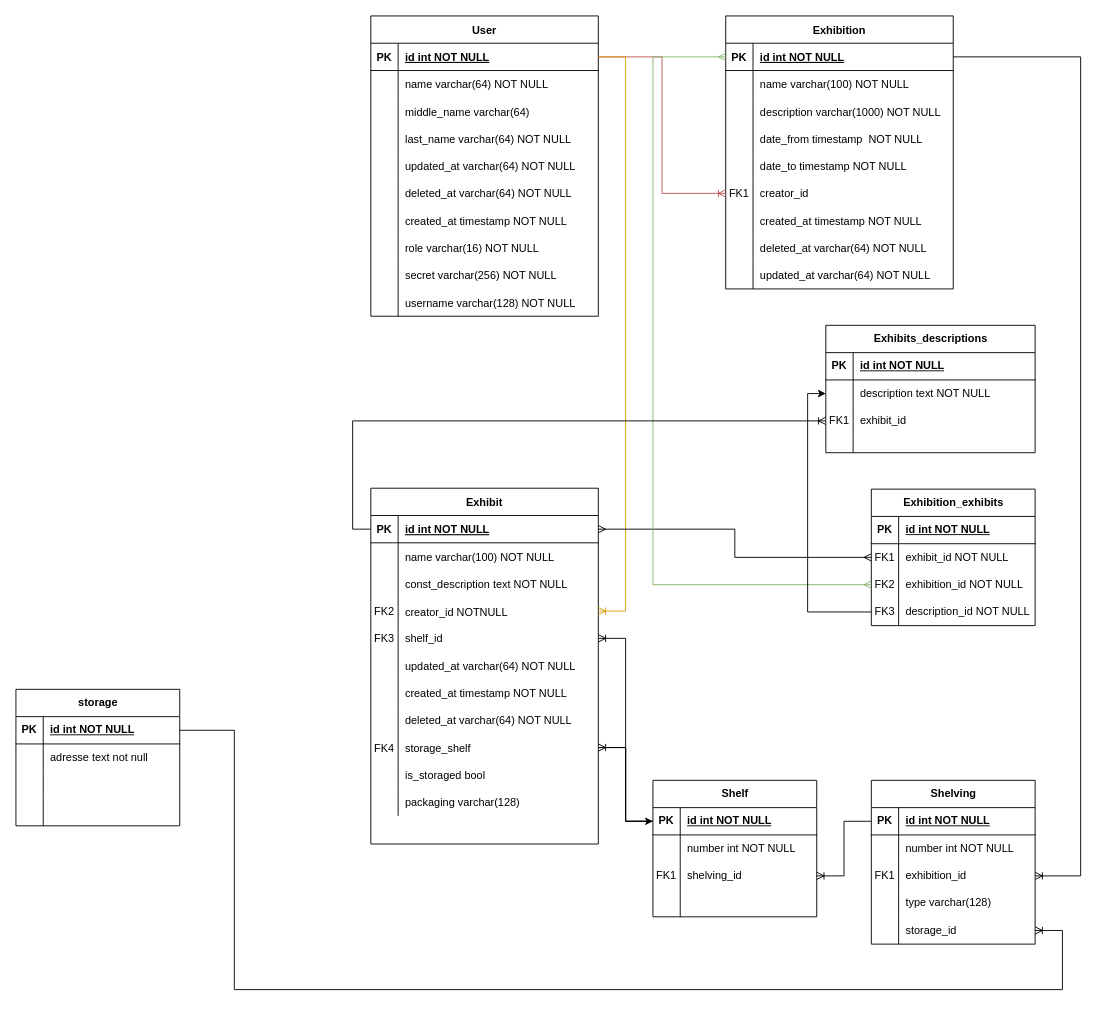
Earlier version of the draw.io diagram Диаграмма без названия.drawio (a-krevetochka/museum). Source tidied: cells renumbered, new cells numbered last; positions are measured from the earlier drawing's top-left corner, leaving out a move shared by most shapes. Both pictures are drawn from the tidied source at 91%, with x=0, y=0 at pixel (15, 15).
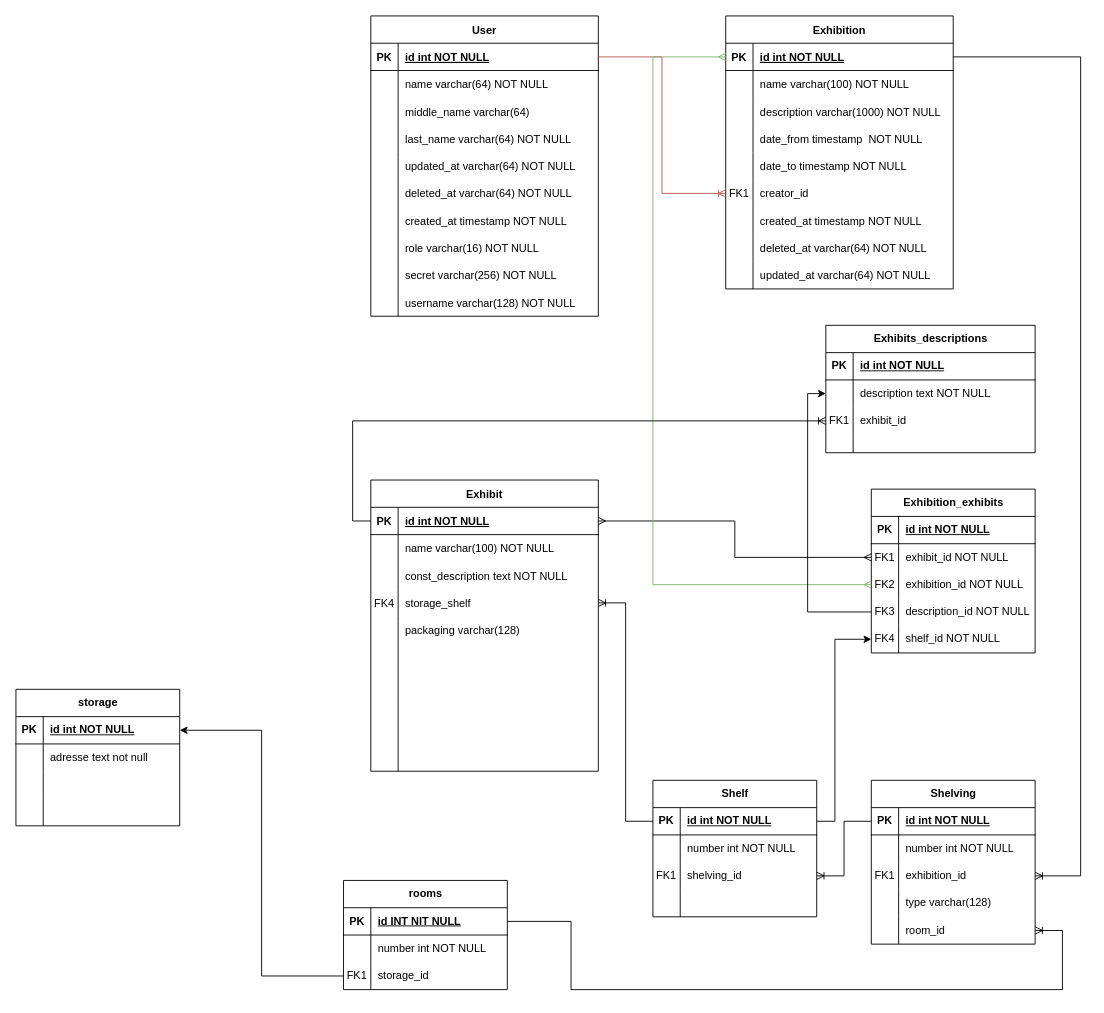
After the change.

The change refers to these unchanged cells:
```xml
<mxCell id="40" style="shape=partialRectangle;fillColor=none;points=[[0,0.5],[1,0.5]];portConstraint=eastwest;top=0;left=0;right=0;bottom=0;" parent="30" vertex="1">
  <mxGeometry y="120" width="250" height="30" as="geometry" />
</mxCell>
<mxCell id="65" style="shape=partialRectangle;fillColor=none;points=[[0,0.5],[1,0.5]];portConstraint=eastwest;top=0;left=0;right=0;bottom=1;" parent="64" vertex="1">
  <mxGeometry y="30" width="250" height="30" as="geometry" />
</mxCell>
<mxCell id="125" style="shape=tableRow;horizontal=0;startSize=0;swimlaneHead=0;swimlaneBody=0;fillColor=none;points=[[0,0.5],[1,0.5]];portConstraint=eastwest;top=0;left=0;right=0;bottom=0;" parent="112" vertex="1">
  <mxGeometry y="150" width="180" height="30" as="geometry" />
</mxCell>
<mxCell id="130" style="shape=tableRow;horizontal=0;startSize=0;swimlaneHead=0;swimlaneBody=0;fillColor=none;points=[[0,0.5],[1,0.5]];portConstraint=eastwest;top=0;left=0;right=0;bottom=1;" parent="129" vertex="1">
  <mxGeometry y="30" width="180" height="30" as="geometry" />
</mxCell>
<mxCell id="163" style="shape=tableRow;horizontal=0;startSize=0;swimlaneHead=0;swimlaneBody=0;fillColor=none;points=[[0,0.5],[1,0.5]];portConstraint=eastwest;top=0;left=0;right=0;bottom=1;" parent="162" vertex="1">
  <mxGeometry y="30" width="180" height="30" as="geometry" />
</mxCell>
```

What changed in the source:
```diff
@@
     <mxCell id="30" value="Exhibit" style="shape=table;startSize=30;childLayout=tableLayout;rowLines=0;fontStyle=1;align=center;" parent="1" vertex="1">
-      <mxGeometry x="390" y="519" width="250" height="391" as="geometry" />
+      <mxGeometry x="390" y="510" width="250" height="320" as="geometry" />
     </mxCell>
@@
-    <mxCell id="41" value="FK2" style="shape=partialRectangle;overflow=hidden;fillColor=none;top=0;left=0;bottom=0;right=0;" parent="40" vertex="1">
+    <mxCell id="41" value="FK4" style="shape=partialRectangle;overflow=hidden;fillColor=none;top=0;left=0;bottom=0;right=0;" parent="40" vertex="1">
       <mxGeometry width="30" height="30" as="geometry" />
     </mxCell>
-    <mxCell id="42" style="shape=partialRectangle;overflow=hidden;fillColor=none;top=0;left=0;bottom=0;right=0;align=left;spacingLeft=6;" parent="40" vertex="1">
+    <mxCell id="42" value="storage_shelf " style="shape=partialRectangle;overflow=hidden;fillColor=none;top=0;left=0;bottom=0;right=0;align=left;spacingLeft=6;" parent="40" vertex="1">
       <mxGeometry x="30" width="220" height="30" as="geometry" />
     </mxCell>
-    <mxCell id="43" style="shape=partialRectangle;fillColor=none;points=[[0,0.5],[1,0.5]];portConstraint=eastwest;top=0;left=0;right=0;bottom=0;" parent="30" vertex="1">
-      <mxGeometry y="150" width="250" height="30" as="geometry" />
-    </mxCell>
-    <mxCell id="44" value="FK3" style="shape=partialRectangle;overflow=hidden;fillColor=none;top=0;left=0;bottom=0;right=0;" parent="43" vertex="1">
-      <mxGeometry width="30" height="30" as="geometry" />
-    </mxCell>
-    <mxCell id="45" value="shelf_id" style="shape=partialRectangle;overflow=hidden;fillColor=none;top=0;left=0;bottom=0;right=0;align=left;spacingLeft=6;" parent="43" vertex="1">
-      <mxGeometry x="30" width="220" height="30" as="geometry" />
-    </mxCell>
     <mxCell id="46" style="shape=partialRectangle;fillColor=none;top=0;left=0;right=0;bottom=0;" parent="30" vertex="1">
-      <mxGeometry y="180" width="250" height="30" as="geometry" />
+      <mxGeometry y="150" width="250" height="30" as="geometry" />
     </mxCell>
@@
-    <mxCell id="48" value="updated_at varchar(64) NOT NULL" style="shape=partialRectangle;overflow=hidden;fillColor=none;top=0;left=0;bottom=0;right=0;align=left;spacingLeft=6;" parent="46" vertex="1">
+    <mxCell id="48" value="packaging varchar(128)" style="shape=partialRectangle;overflow=hidden;fillColor=none;top=0;left=0;bottom=0;right=0;align=left;spacingLeft=6;" parent="46" vertex="1">
       <mxGeometry x="30" width="220" height="30" as="geometry" />
     </mxCell>
     <mxCell id="49" style="shape=partialRectangle;fillColor=none;top=0;left=0;right=0;bottom=0;" parent="30" vertex="1">
-      <mxGeometry y="210" width="250" height="30" as="geometry" />
+      <mxGeometry y="180" width="250" height="30" as="geometry" />
     </mxCell>
@@
-    <mxCell id="51" value="created_at timestamp NOT NULL" style="shape=partialRectangle;overflow=hidden;fillColor=none;top=0;left=0;bottom=0;right=0;align=left;spacingLeft=6;" parent="49" vertex="1">
+    <mxCell id="51" style="shape=partialRectangle;overflow=hidden;fillColor=none;top=0;left=0;bottom=0;right=0;align=left;spacingLeft=6;" parent="49" vertex="1">
       <mxGeometry x="30" width="220" height="30" as="geometry" />
     </mxCell>
     <mxCell id="52" style="shape=partialRectangle;fillColor=none;top=0;left=0;right=0;bottom=0;" parent="30" vertex="1">
-      <mxGeometry y="240" width="250" height="30" as="geometry" />
+      <mxGeometry y="210" width="250" height="30" as="geometry" />
     </mxCell>
@@
-    <mxCell id="54" value="deleted_at varchar(64) NOT NULL" style="shape=partialRectangle;overflow=hidden;fillColor=none;top=0;left=0;bottom=0;right=0;align=left;spacingLeft=6;" parent="52" vertex="1">
+    <mxCell id="54" style="shape=partialRectangle;overflow=hidden;fillColor=none;top=0;left=0;bottom=0;right=0;align=left;spacingLeft=6;" parent="52" vertex="1">
       <mxGeometry x="30" width="220" height="30" as="geometry" />
     </mxCell>
     <mxCell id="55" style="shape=partialRectangle;fillColor=none;points=[[0,0.5],[1,0.5]];portConstraint=eastwest;top=0;left=0;right=0;bottom=0;" parent="30" vertex="1">
-      <mxGeometry y="270" width="250" height="30" as="geometry" />
+      <mxGeometry y="240" width="250" height="30" as="geometry" />
     </mxCell>
-    <mxCell id="56" value="FK4" style="shape=partialRectangle;overflow=hidden;fillColor=none;top=0;left=0;bottom=0;right=0;" parent="55" vertex="1">
+    <mxCell id="56" style="shape=partialRectangle;overflow=hidden;fillColor=none;top=0;left=0;bottom=0;right=0;" parent="55" vertex="1">
       <mxGeometry width="30" height="30" as="geometry" />
     </mxCell>
-    <mxCell id="57" value="storage_shelf " style="shape=partialRectangle;overflow=hidden;fillColor=none;top=0;left=0;bottom=0;right=0;align=left;spacingLeft=6;" parent="55" vertex="1">
+    <mxCell id="57" style="shape=partialRectangle;overflow=hidden;fillColor=none;top=0;left=0;bottom=0;right=0;align=left;spacingLeft=6;" parent="55" vertex="1">
       <mxGeometry x="30" width="220" height="30" as="geometry" />
     </mxCell>
     <mxCell id="58" style="shape=partialRectangle;fillColor=none;top=0;left=0;right=0;bottom=0;" parent="30" vertex="1">
-      <mxGeometry y="300" width="250" height="30" as="geometry" />
+      <mxGeometry y="270" width="250" height="30" as="geometry" />
     </mxCell>
@@
-    <mxCell id="60" value="is_storaged bool" style="shape=partialRectangle;overflow=hidden;fillColor=none;top=0;left=0;bottom=0;right=0;align=left;spacingLeft=6;" parent="58" vertex="1">
+    <mxCell id="60" style="shape=partialRectangle;overflow=hidden;fillColor=none;top=0;left=0;bottom=0;right=0;align=left;spacingLeft=6;" parent="58" vertex="1">
       <mxGeometry x="30" width="220" height="30" as="geometry" />
     </mxCell>
     <mxCell id="61" style="shape=partialRectangle;fillColor=none;top=0;left=0;right=0;bottom=0;" parent="30" vertex="1">
-      <mxGeometry y="330" width="250" height="30" as="geometry" />
+      <mxGeometry y="300" width="250" height="20" as="geometry" />
     </mxCell>
     <mxCell id="62" style="shape=partialRectangle;overflow=hidden;fillColor=none;top=0;left=0;bottom=0;right=0;" parent="61" vertex="1">
-      <mxGeometry width="30" height="30" as="geometry" />
+      <mxGeometry width="30" height="20" as="geometry" />
     </mxCell>
-    <mxCell id="63" value="packaging varchar(128)" style="shape=partialRectangle;overflow=hidden;fillColor=none;top=0;left=0;bottom=0;right=0;align=left;spacingLeft=6;" parent="61" vertex="1">
-      <mxGeometry x="30" width="220" height="30" as="geometry" />
+    <mxCell id="63" style="shape=partialRectangle;overflow=hidden;fillColor=none;top=0;left=0;bottom=0;right=0;align=left;spacingLeft=6;" parent="61" vertex="1">
+      <mxGeometry x="30" width="220" height="20" as="geometry" />
     </mxCell>
@@
-    <mxCell id="96" style="edgeStyle=entityRelationEdgeStyle;rounded=0;jettySize=auto;html=1;exitX=1;exitY=0.5;exitDx=0;exitDy=0;entryX=1;entryY=0.5;entryDx=0;entryDy=0;fontSize=12;endArrow=ERoneToMany;fillColor=#ffe6cc;strokeColor=#d79b00;" parent="1" edge="1" source="65" target="40">
-      <mxGeometry relative="1" as="geometry" />
-    </mxCell>
     <mxCell id="97" value="Exhibition_exhibits" style="shape=table;startSize=30;childLayout=tableLayout;rowLines=0;fontStyle=1;align=center;html=1;" parent="1" vertex="1">
-      <mxGeometry x="940" y="520" width="180" height="150" as="geometry" />
+      <mxGeometry x="940" y="520" width="180" height="180" as="geometry" />
     </mxCell>
@@
+    <mxCell id="176" style="shape=tableRow;horizontal=0;startSize=0;swimlaneHead=0;swimlaneBody=0;fillColor=none;points=[[0,0.5],[1,0.5]];portConstraint=eastwest;top=0;left=0;right=0;bottom=0;" parent="97" vertex="1">
+      <mxGeometry y="150" width="180" height="30" as="geometry" />
+    </mxCell>
+    <mxCell id="177" value="FK4" style="shape=partialRectangle;fillColor=none;top=0;left=0;bottom=0;right=0;overflow=hidden;whiteSpace=wrap;html=1;" parent="176" vertex="1">
+      <mxGeometry width="30" height="30" as="geometry" />
+    </mxCell>
+    <mxCell id="178" value="shelf_id NOT NULL" style="shape=partialRectangle;fillColor=none;top=0;left=0;bottom=0;right=0;align=left;spacingLeft=6;overflow=hidden;whiteSpace=wrap;html=1;" parent="176" vertex="1">
+      <mxGeometry x="30" width="150" height="30" as="geometry" />
+    </mxCell>
@@
-    <mxCell id="127" value="storage_id" style="shape=partialRectangle;fillColor=none;top=0;left=0;bottom=0;right=0;align=left;spacingLeft=6;overflow=hidden;whiteSpace=wrap;html=1;" parent="125" vertex="1">
+    <mxCell id="127" value="room_id" style="shape=partialRectangle;fillColor=none;top=0;left=0;bottom=0;right=0;align=left;spacingLeft=6;overflow=hidden;whiteSpace=wrap;html=1;" parent="125" vertex="1">
       <mxGeometry x="30" width="150" height="30" as="geometry" />
     </mxCell>
@@
-    <mxCell id="143" style="edgeStyle=entityRelationEdgeStyle;fontSize=12;html=1;endArrow=ERoneToMany;rounded=0;entryX=1;entryY=0.5;entryDx=0;entryDy=0;exitX=0;exitY=0.5;exitDx=0;exitDy=0;" parent="1" edge="1" source="130" target="43">
-      <mxGeometry relative="1" as="geometry">
-        <Array as="points">
-          <mxPoint x="670" y="880" />
-          <mxPoint x="660" y="840" />
-          <mxPoint x="670" y="770" />
-          <mxPoint x="660" y="770" />
-        </Array>
-      </mxGeometry>
-    </mxCell>
@@
-    <mxCell id="158" style="edgeStyle=orthogonalEdgeStyle;rounded=0;jettySize=auto;html=1;exitX=1;exitY=0.5;exitDx=0;exitDy=0;entryX=0;entryY=0.5;entryDx=0;entryDy=0;" parent="1" edge="1" source="55" target="130">
-      <mxGeometry relative="1" as="geometry" />
-    </mxCell>
-    <mxCell id="159" value="creator_id NOTNULL" style="shape=partialRectangle;overflow=hidden;fillColor=none;top=0;left=0;bottom=0;right=0;align=left;spacingLeft=6;" parent="1" vertex="1">
-      <mxGeometry x="420" y="640" width="220" height="30" as="geometry" />
-    </mxCell>
@@
-    <mxCell id="161" style="edgeStyle=entityRelationEdgeStyle;fontSize=12;html=1;endArrow=ERoneToMany;rounded=0;exitX=0;exitY=0.5;exitDx=0;exitDy=0;entryX=1;entryY=0.5;entryDx=0;entryDy=0;" parent="1" edge="1" source="130" target="55">
+    <mxCell id="161" style="edgeStyle=entityRelationEdgeStyle;fontSize=12;html=1;endArrow=ERoneToMany;rounded=0;exitX=0;exitY=0.5;exitDx=0;exitDy=0;entryX=1;entryY=0.5;entryDx=0;entryDy=0;" parent="1" edge="1" source="130" target="40">
       <mxGeometry relative="1" as="geometry" />
     </mxCell>
@@
-    <mxCell id="175" style="edgeStyle=orthogonalEdgeStyle;rounded=0;jettySize=auto;html=1;exitX=1;exitY=0.5;exitDx=0;exitDy=0;fontSize=12;endArrow=ERoneToMany;entryX=1;entryY=0.5;entryDx=0;entryDy=0;" parent="1" edge="1" source="163" target="125">
+    <mxCell id="175" style="edgeStyle=orthogonalEdgeStyle;rounded=0;jettySize=auto;html=1;exitX=1;exitY=0.5;exitDx=0;exitDy=0;fontSize=12;endArrow=ERoneToMany;entryX=1;entryY=0.5;entryDx=0;entryDy=0;" parent="1" edge="1" source="181" target="125">
       <mxGeometry relative="1" as="geometry">
         <Array as="points">
-          <mxPoint x="240" y="785" />
-          <mxPoint x="240" y="1070" />
+          <mxPoint x="610" y="995" />
+          <mxPoint x="610" y="1070" />
           <mxPoint x="1150" y="1070" />
           <mxPoint x="1150" y="1005" />
         </Array>
       </mxGeometry>
     </mxCell>
+    <mxCell id="179" style="edgeStyle=orthogonalEdgeStyle;rounded=0;jettySize=auto;html=1;exitX=1;exitY=0.5;exitDx=0;exitDy=0;entryX=0;entryY=0.5;entryDx=0;entryDy=0;" parent="1" edge="1" source="130" target="176">
+      <mxGeometry relative="1" as="geometry">
+        <Array as="points">
+          <mxPoint x="900" y="885" />
+          <mxPoint x="900" y="685" />
+        </Array>
+      </mxGeometry>
+    </mxCell>
+    <mxCell id="180" value="rooms" style="shape=table;startSize=30;childLayout=tableLayout;rowLines=0;fontStyle=1;align=center;html=1;" parent="1" vertex="1">
+      <mxGeometry x="360" y="950" width="180" height="120" as="geometry" />
+    </mxCell>
+    <mxCell id="181" style="shape=tableRow;horizontal=0;startSize=0;swimlaneHead=0;swimlaneBody=0;fillColor=none;points=[[0,0.5],[1,0.5]];portConstraint=eastwest;top=0;left=0;right=0;bottom=1;" parent="180" vertex="1">
+      <mxGeometry y="30" width="180" height="30" as="geometry" />
+    </mxCell>
+    <mxCell id="182" value="PK" style="shape=partialRectangle;fillColor=none;top=0;left=0;bottom=0;right=0;fontStyle=1;overflow=hidden;whiteSpace=wrap;html=1;" parent="181" vertex="1">
+      <mxGeometry width="30" height="30" as="geometry" />
+    </mxCell>
+    <mxCell id="183" value="id INT NIT NULL&lt;span style=&quot;white-space: pre;&quot;&gt;&#9;&lt;/span&gt;" style="shape=partialRectangle;fillColor=none;top=0;left=0;bottom=0;right=0;align=left;spacingLeft=6;fontStyle=5;overflow=hidden;whiteSpace=wrap;html=1;" parent="181" vertex="1">
+      <mxGeometry x="30" width="150" height="30" as="geometry" />
+    </mxCell>
+    <mxCell id="184" style="shape=tableRow;horizontal=0;startSize=0;swimlaneHead=0;swimlaneBody=0;fillColor=none;top=0;left=0;right=0;bottom=0;" parent="180" vertex="1">
+      <mxGeometry y="60" width="180" height="30" as="geometry" />
+    </mxCell>
+    <mxCell id="185" style="shape=partialRectangle;fillColor=none;top=0;left=0;bottom=0;right=0;overflow=hidden;whiteSpace=wrap;html=1;" parent="184" vertex="1">
+      <mxGeometry width="30" height="30" as="geometry" />
+    </mxCell>
+    <mxCell id="186" value="number int NOT NULL" style="shape=partialRectangle;fillColor=none;top=0;left=0;bottom=0;right=0;align=left;spacingLeft=6;overflow=hidden;whiteSpace=wrap;html=1;" parent="184" vertex="1">
+      <mxGeometry x="30" width="150" height="30" as="geometry" />
+    </mxCell>
+    <mxCell id="187" style="shape=tableRow;horizontal=0;startSize=0;swimlaneHead=0;swimlaneBody=0;fillColor=none;points=[[0,0.5],[1,0.5]];portConstraint=eastwest;top=0;left=0;right=0;bottom=0;" parent="180" vertex="1">
+      <mxGeometry y="90" width="180" height="30" as="geometry" />
+    </mxCell>
+    <mxCell id="188" value="FK1" style="shape=partialRectangle;fillColor=none;top=0;left=0;bottom=0;right=0;overflow=hidden;whiteSpace=wrap;html=1;" parent="187" vertex="1">
+      <mxGeometry width="30" height="30" as="geometry" />
+    </mxCell>
+    <mxCell id="189" value="storage_id" style="shape=partialRectangle;fillColor=none;top=0;left=0;bottom=0;right=0;align=left;spacingLeft=6;overflow=hidden;whiteSpace=wrap;html=1;" parent="187" vertex="1">
+      <mxGeometry x="30" width="150" height="30" as="geometry" />
+    </mxCell>
+    <mxCell id="190" style="edgeStyle=orthogonalEdgeStyle;rounded=0;jettySize=auto;html=1;exitX=0;exitY=0.5;exitDx=0;exitDy=0;entryX=1;entryY=0.5;entryDx=0;entryDy=0;" parent="1" edge="1" source="187" target="163">
+      <mxGeometry relative="1" as="geometry" />
+    </mxCell>
```
